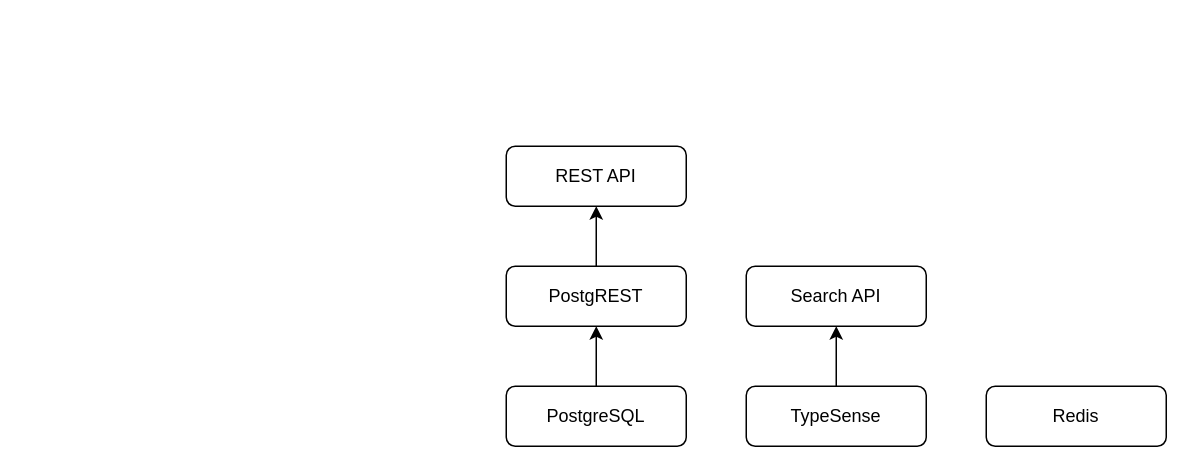
crestfall-sh/drafts keeps this draw.io diagram as crestfall.drawio. Above is the earlier version. Source tidied: cells renumbered, new cells numbered last; positions are measured from the earlier drawing's top-left corner, leaving out a move shared by most shapes. Both pictures are drawn from the tidied source at 150%, with x=0, y=0 at pixel (506, 146).
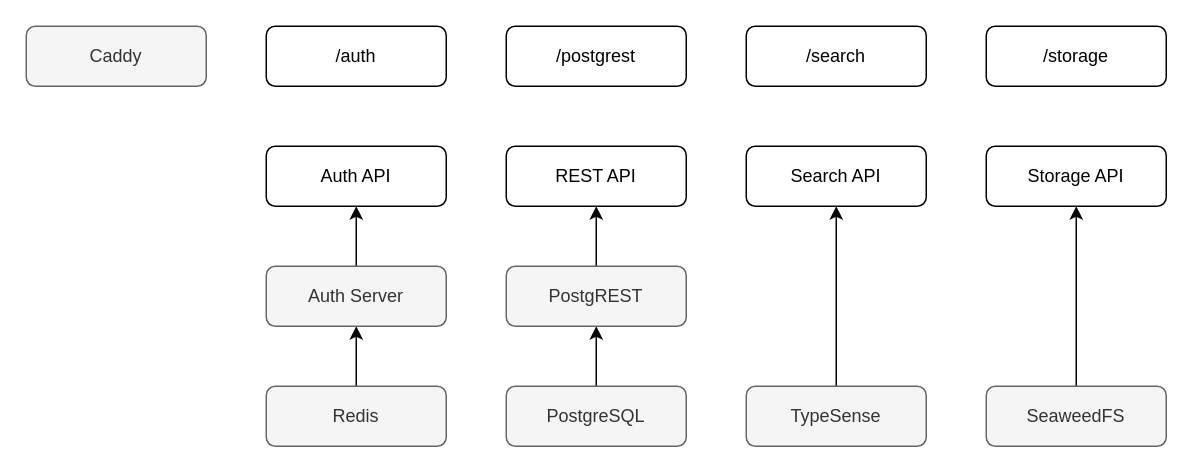
Above is the later version.

Change to the diagram source:
```diff
@@
-    <mxCell id="3" value="PostgreSQL" style="rounded=1;whiteSpace=wrap;html=1;" parent="1" vertex="1">
+    <mxCell id="3" value="PostgreSQL" style="rounded=1;whiteSpace=wrap;html=1;fillColor=#f5f5f5;fontColor=#333333;strokeColor=#666666;" parent="1" vertex="1">
       <mxGeometry y="160" width="120" height="40" as="geometry" />
     </mxCell>
@@
-    <mxCell id="5" value="TypeSense" style="rounded=1;whiteSpace=wrap;html=1;" parent="1" vertex="1">
+    <mxCell id="5" value="TypeSense" style="rounded=1;whiteSpace=wrap;html=1;fillColor=#f5f5f5;fontColor=#333333;strokeColor=#666666;" parent="1" vertex="1">
       <mxGeometry x="160" y="160" width="120" height="40" as="geometry" />
     </mxCell>
+    <mxCell id="11" style="edgeStyle=orthogonalEdgeStyle;rounded=0;jettySize=auto;html=1;exitX=0.5;exitY=0;exitDx=0;exitDy=0;entryX=0.5;entryY=1;entryDx=0;entryDy=0;" parent="1" edge="1" source="6" target="16">
+      <mxGeometry relative="1" as="geometry" />
+    </mxCell>
-    <mxCell id="6" value="Redis" style="rounded=1;whiteSpace=wrap;html=1;" parent="1" vertex="1">
-      <mxGeometry x="320" y="160" width="120" height="40" as="geometry" />
+    <mxCell id="6" value="Redis" style="rounded=1;whiteSpace=wrap;html=1;fillColor=#f5f5f5;fontColor=#333333;strokeColor=#666666;" parent="1" vertex="1">
+      <mxGeometry x="-160" y="160" width="120" height="40" as="geometry" />
     </mxCell>
     <mxCell id="7" value="Search API" style="rounded=1;whiteSpace=wrap;html=1;" parent="1" vertex="1">
-      <mxGeometry x="160" y="80" width="120" height="40" as="geometry" />
+      <mxGeometry x="160" width="120" height="40" as="geometry" />
     </mxCell>
@@
-    <mxCell id="9" value="PostgREST" style="rounded=1;whiteSpace=wrap;html=1;" parent="1" vertex="1">
+    <mxCell id="9" value="PostgREST" style="rounded=1;whiteSpace=wrap;html=1;fillColor=#f5f5f5;fontColor=#333333;strokeColor=#666666;" parent="1" vertex="1">
       <mxGeometry y="80" width="120" height="40" as="geometry" />
     </mxCell>
@@
+    <mxCell id="12" style="edgeStyle=orthogonalEdgeStyle;rounded=0;jettySize=auto;html=1;exitX=0.5;exitY=0;exitDx=0;exitDy=0;entryX=0.5;entryY=1;entryDx=0;entryDy=0;" parent="1" edge="1" source="13" target="14">
+      <mxGeometry relative="1" as="geometry" />
+    </mxCell>
+    <mxCell id="13" value="SeaweedFS" style="rounded=1;whiteSpace=wrap;html=1;fillColor=#f5f5f5;fontColor=#333333;strokeColor=#666666;" parent="1" vertex="1">
+      <mxGeometry x="320" y="160" width="120" height="40" as="geometry" />
+    </mxCell>
+    <mxCell id="14" value="Storage API" style="rounded=1;whiteSpace=wrap;html=1;" parent="1" vertex="1">
+      <mxGeometry x="320" width="120" height="40" as="geometry" />
+    </mxCell>
+    <mxCell id="15" style="edgeStyle=orthogonalEdgeStyle;rounded=0;jettySize=auto;html=1;exitX=0.5;exitY=0;exitDx=0;exitDy=0;entryX=0.5;entryY=1;entryDx=0;entryDy=0;" parent="1" edge="1" source="16" target="17">
+      <mxGeometry relative="1" as="geometry" />
+    </mxCell>
+    <mxCell id="16" value="Auth Server" style="rounded=1;whiteSpace=wrap;html=1;fillColor=#f5f5f5;fontColor=#333333;strokeColor=#666666;" parent="1" vertex="1">
+      <mxGeometry x="-160" y="80" width="120" height="40" as="geometry" />
+    </mxCell>
+    <mxCell id="17" value="Auth API" style="rounded=1;whiteSpace=wrap;html=1;" parent="1" vertex="1">
+      <mxGeometry x="-160" width="120" height="40" as="geometry" />
+    </mxCell>
+    <mxCell id="18" value="Caddy" style="rounded=1;whiteSpace=wrap;html=1;fillColor=#f5f5f5;fontColor=#333333;strokeColor=#666666;" parent="1" vertex="1">
+      <mxGeometry x="-320" y="-80" width="120" height="40" as="geometry" />
+    </mxCell>
+    <mxCell id="19" value="/auth" style="rounded=1;whiteSpace=wrap;html=1;" parent="1" vertex="1">
+      <mxGeometry x="-160" y="-80" width="120" height="40" as="geometry" />
+    </mxCell>
+    <mxCell id="20" value="/postgrest" style="rounded=1;whiteSpace=wrap;html=1;" parent="1" vertex="1">
+      <mxGeometry y="-80" width="120" height="40" as="geometry" />
+    </mxCell>
+    <mxCell id="21" value="/search" style="rounded=1;whiteSpace=wrap;html=1;" parent="1" vertex="1">
+      <mxGeometry x="160" y="-80" width="120" height="40" as="geometry" />
+    </mxCell>
+    <mxCell id="22" value="/storage" style="rounded=1;whiteSpace=wrap;html=1;" parent="1" vertex="1">
+      <mxGeometry x="320" y="-80" width="120" height="40" as="geometry" />
+    </mxCell>
```
